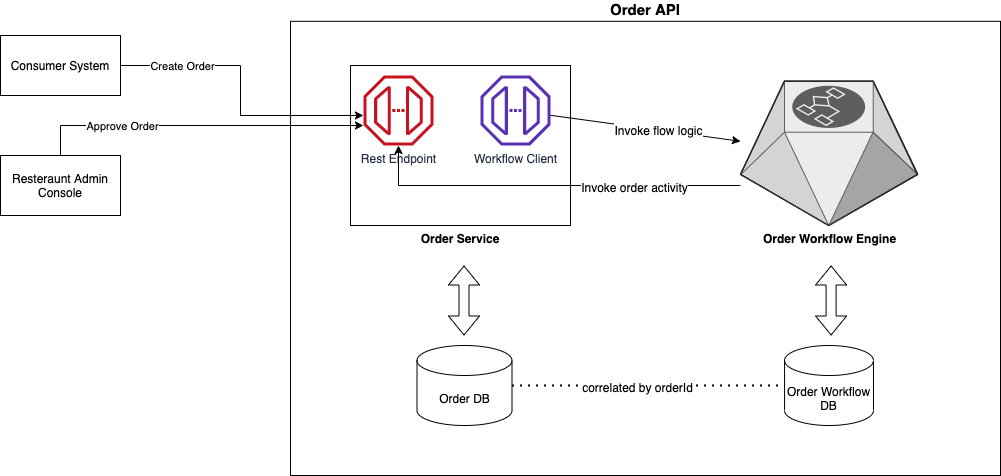
This is doc/architecture.drawio.png from chenjianjx/pizza-order-workflow-demo, a draw.io export, as it was before one commit. Source tidied: cells renumbered, new cells last; positions are measured from the earlier drawing's top-left corner, leaving out a move shared by most shapes.
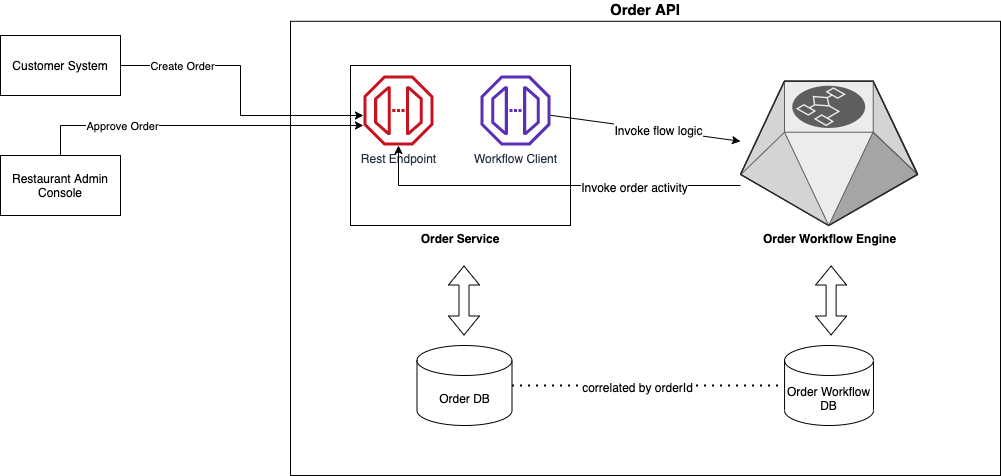
Above is the later version.

Change to the diagram source:
```diff
@@ -69,7 +69,7 @@
         <mxPoint x="-46" as="offset" />
       </mxGeometry>
     </mxCell>
-    <mxCell id="18" value="Consumer System" style="rounded=0;whiteSpace=wrap;html=1;" parent="1" vertex="1">
+    <mxCell id="18" value="Customer System" style="rounded=0;whiteSpace=wrap;html=1;" parent="1" vertex="1">
       <mxGeometry y="14" width="120" height="60" as="geometry" />
     </mxCell>
     <mxCell id="19" style="edgeStyle=orthogonalEdgeStyle;rounded=0;jettySize=auto;html=1;" parent="1" edge="1" source="21" target="5">
@@ -82,7 +82,7 @@
     <mxCell id="20" value="Approve Order" style="edgeLabel;html=1;align=center;verticalAlign=middle;" parent="19" vertex="1">
       <mxGeometry x="-0.45" relative="1" as="geometry" />
     </mxCell>
-    <mxCell id="21" value="Resteraunt Admin Console" style="rounded=0;whiteSpace=wrap;html=1;" parent="1" vertex="1">
+    <mxCell id="21" value="Restaurant Admin Console" style="rounded=0;whiteSpace=wrap;html=1;" parent="1" vertex="1">
       <mxGeometry y="134" width="120" height="60" as="geometry" />
     </mxCell>
     <mxCell id="22" style="endArrow=none;dashed=1;html=1;dashPattern=1 3;strokeWidth=2;fontSize=15;exitX=1;exitY=0.5;exitDx=0;exitDy=0;exitPerimeter=0;entryX=0;entryY=0.5;entryDx=0;entryDy=0;entryPerimeter=0;" parent="1" edge="1" source="10" target="11">
```
